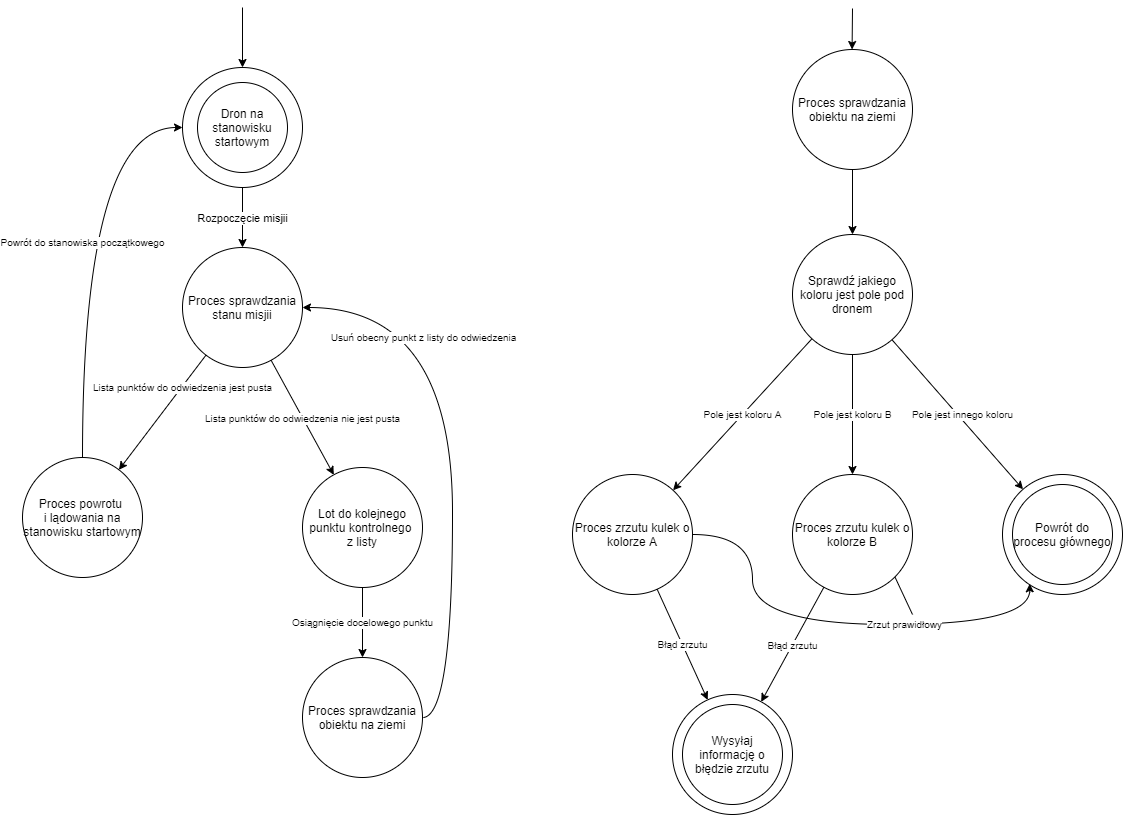
justkozi/ProjektTS2021 keeps this draw.io diagram as img/Schemat.png. Above is the earlier version. Source tidied: cells renumbered, new cells last; positions are measured from the earlier drawing's top-left corner, leaving out a move shared by most shapes.
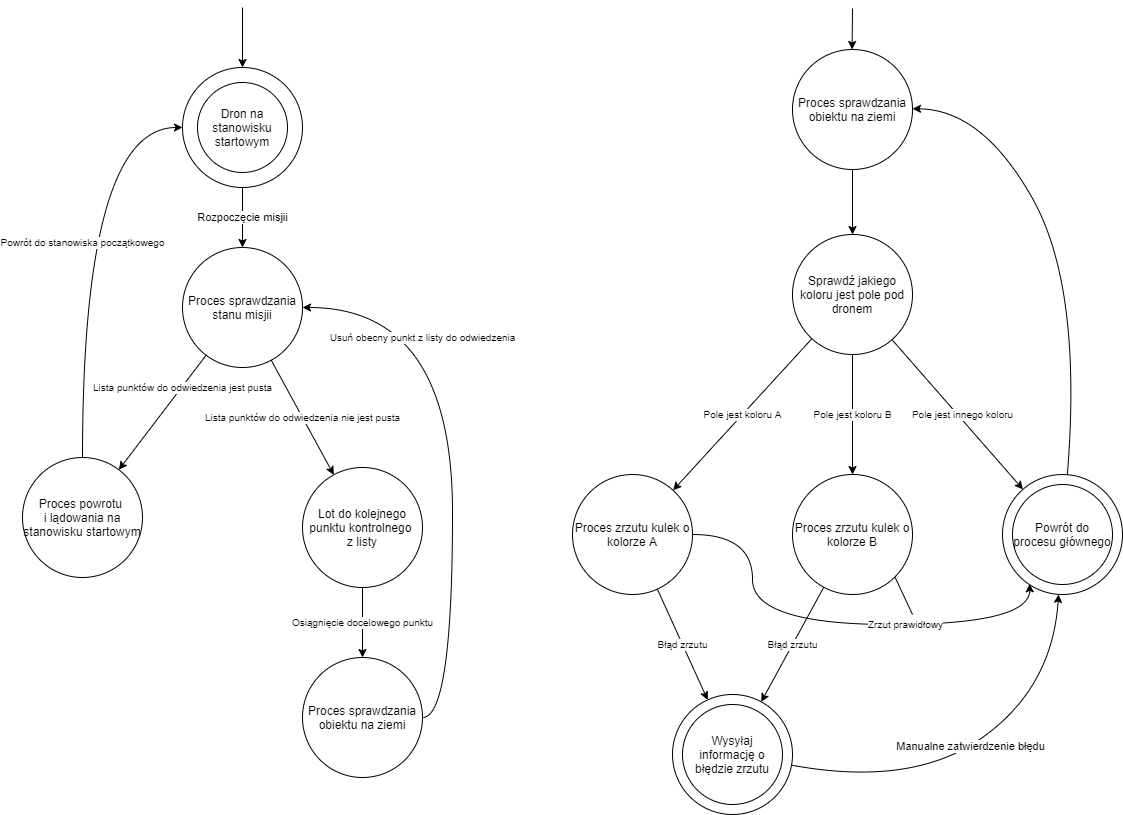
Above is the later version.

Change to the diagram source:
```diff
@@ -110,5 +110,21 @@
     <mxCell id="31" value="Błąd zrzutu" style="endArrow=classic;html=1;fontSize=10;" parent="1" edge="1" source="18" target="26">
       <mxGeometry relative="1" as="geometry" />
     </mxCell>
+    <mxCell id="32" style="curved=1;endArrow=classic;html=1;" parent="1" edge="1" source="24" target="14">
+      <mxGeometry relative="1" as="geometry">
+        <Array as="points">
+          <mxPoint x="1060" y="280" />
+          <mxPoint x="960" y="102" />
+        </Array>
+      </mxGeometry>
+    </mxCell>
+    <mxCell id="33" value="Manualne zatwierdzenie błędu" style="curved=1;endArrow=classic;html=1;" parent="1" edge="1" source="26" target="24">
+      <mxGeometry relative="1" as="geometry">
+        <Array as="points">
+          <mxPoint x="890" y="780" />
+          <mxPoint x="1030" y="680" />
+        </Array>
+      </mxGeometry>
+    </mxCell>
   </root>
 </mxGraphModel>
```
